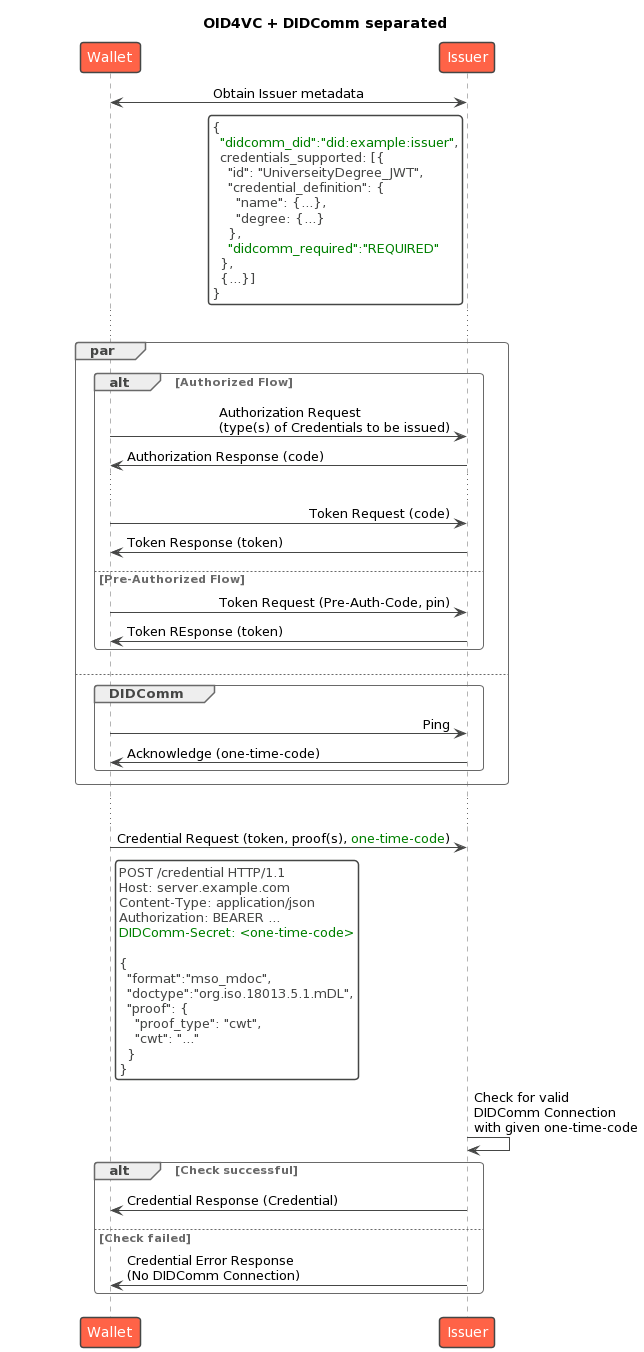
Above: Diagramme/OID4VCI/DIDComm_Separated/didcomm_separated.png in IDunion/OpenIDIDComm (PlantUML), before the change.
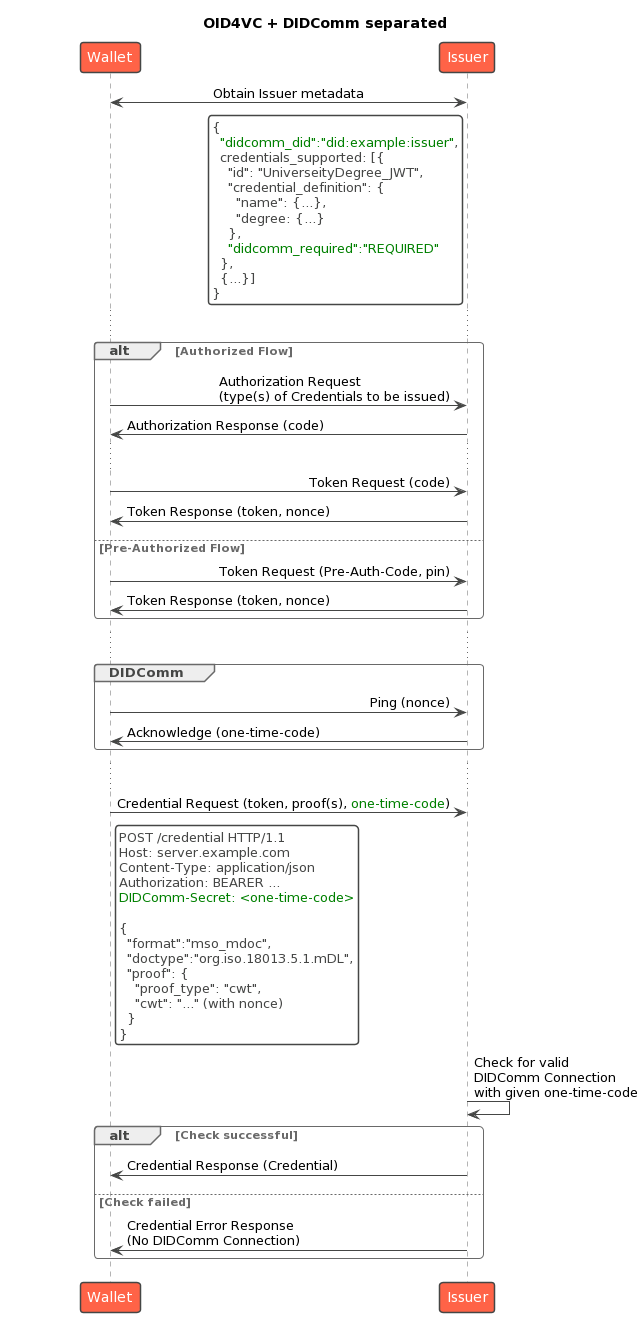
The same diagram one commit later.

Commit message:
Updated OID4VCI DIDComm Separated flow diagramm

Diff of the diagram source:
```diff
@@ -25,22 +25,22 @@
 
 ...
 
-par
-  alt Authorized Flow
-    Wallet -> CI: Authorization Request \n(type(s) of Credentials to be issued)
-    Wallet <- CI: Authorization Response (code)
-    ...
-    Wallet -> CI: Token Request (code)
-    Wallet <- CI: Token Response (token)
-  else Pre-Authorized Flow
-    Wallet -> CI: Token Request (Pre-Auth-Code, pin)
-    Wallet <- CI: Token REsponse (token)
-  end
-else
-  group DIDComm
-    Wallet -> CI: Ping
-    Wallet <- CI: Acknowledge (one-time-code)
-  end
+alt Authorized Flow
+  Wallet -> CI: Authorization Request \n(type(s) of Credentials to be issued)
+  Wallet <- CI: Authorization Response (code)
+  ...
+  Wallet -> CI: Token Request (code)
+  Wallet <- CI: Token Response (token, nonce)
+else Pre-Authorized Flow
+  Wallet -> CI: Token Request (Pre-Auth-Code, pin)
+  Wallet <- CI: Token Response (token, nonce)
+end
+
+...
+
+group DIDComm
+  Wallet -> CI: Ping (nonce)
+  Wallet <- CI: Acknowledge (one-time-code)
 end
 
 ...
@@ -58,7 +58,7 @@
   "doctype":"org.iso.18013.5.1.mDL",
   "proof": {
     "proof_type": "cwt",
-    "cwt": "..."
+    "cwt": "..." (with nonce)
   }
 }
 end rnote
```
